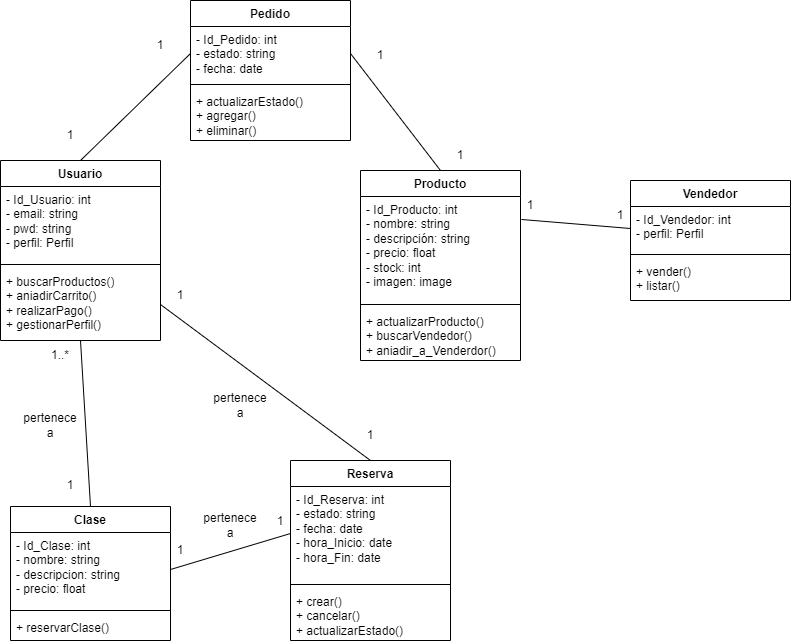
This is Diagrama_clases.png from OscarELCRACK17/imagen, a draw.io export, as it was before one commit. Source tidied: cells renumbered, new cells last; positions are measured from the earlier drawing's top-left corner, leaving out a move shared by most shapes.
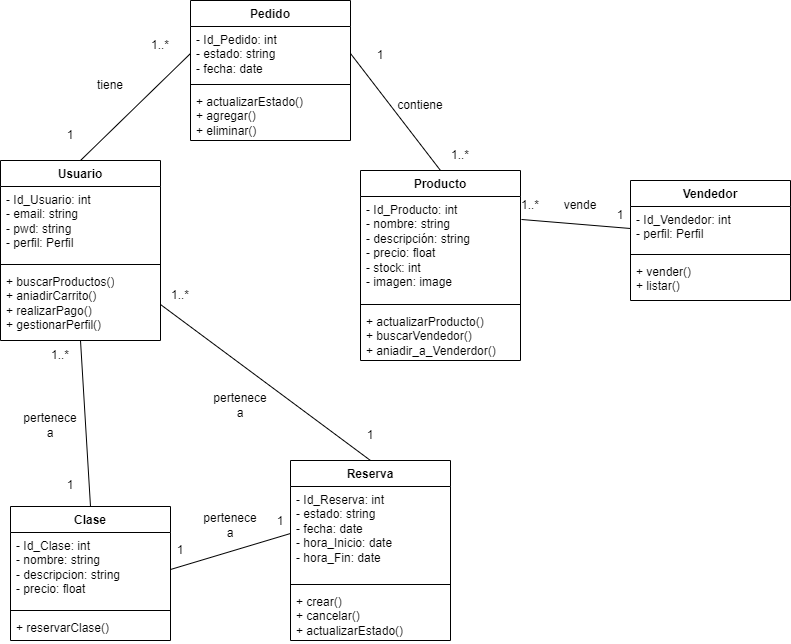
The same diagram one commit later.

Diff of the diagram source:
```diff
@@ -103,16 +103,16 @@
     <mxCell id="34" value="1" style="text;html=1;strokeColor=none;fillColor=none;align=center;verticalAlign=middle;whiteSpace=wrap;rounded=0;" parent="1" vertex="1">
       <mxGeometry x="40" y="120" width="60" height="30" as="geometry" />
     </mxCell>
-    <mxCell id="35" value="1" style="text;html=1;strokeColor=none;fillColor=none;align=center;verticalAlign=middle;whiteSpace=wrap;rounded=0;" parent="1" vertex="1">
+    <mxCell id="35" value="1..*" style="text;html=1;strokeColor=none;fillColor=none;align=center;verticalAlign=middle;whiteSpace=wrap;rounded=0;" parent="1" vertex="1">
       <mxGeometry x="130" y="30" width="60" height="30" as="geometry" />
     </mxCell>
     <mxCell id="36" value="1" style="text;html=1;strokeColor=none;fillColor=none;align=center;verticalAlign=middle;whiteSpace=wrap;rounded=0;" parent="1" vertex="1">
       <mxGeometry x="350" y="40" width="60" height="30" as="geometry" />
     </mxCell>
-    <mxCell id="37" value="1" style="text;html=1;strokeColor=none;fillColor=none;align=center;verticalAlign=middle;whiteSpace=wrap;rounded=0;" parent="1" vertex="1">
+    <mxCell id="37" value="1..*" style="text;html=1;strokeColor=none;fillColor=none;align=center;verticalAlign=middle;whiteSpace=wrap;rounded=0;" parent="1" vertex="1">
       <mxGeometry x="430" y="140" width="60" height="30" as="geometry" />
     </mxCell>
-    <mxCell id="38" value="1" style="text;html=1;strokeColor=none;fillColor=none;align=center;verticalAlign=middle;whiteSpace=wrap;rounded=0;" parent="1" vertex="1">
+    <mxCell id="38" value="1..*" style="text;html=1;strokeColor=none;fillColor=none;align=center;verticalAlign=middle;whiteSpace=wrap;rounded=0;" parent="1" vertex="1">
       <mxGeometry x="500" y="190" width="60" height="30" as="geometry" />
     </mxCell>
     <mxCell id="39" value="1" style="text;html=1;strokeColor=none;fillColor=none;align=center;verticalAlign=middle;whiteSpace=wrap;rounded=0;" parent="1" vertex="1">
@@ -121,7 +121,7 @@
     <mxCell id="40" value="1" style="text;html=1;strokeColor=none;fillColor=none;align=center;verticalAlign=middle;whiteSpace=wrap;rounded=0;" parent="1" vertex="1">
       <mxGeometry x="340" y="420" width="60" height="30" as="geometry" />
     </mxCell>
-    <mxCell id="41" value="1" style="text;html=1;strokeColor=none;fillColor=none;align=center;verticalAlign=middle;whiteSpace=wrap;rounded=0;" parent="1" vertex="1">
+    <mxCell id="41" value="1..*" style="text;html=1;strokeColor=none;fillColor=none;align=center;verticalAlign=middle;whiteSpace=wrap;rounded=0;" parent="1" vertex="1">
       <mxGeometry x="150" y="280" width="60" height="30" as="geometry" />
     </mxCell>
     <mxCell id="42" value="1" style="text;html=1;strokeColor=none;fillColor=none;align=center;verticalAlign=middle;whiteSpace=wrap;rounded=0;" parent="1" vertex="1">
@@ -139,5 +139,14 @@
     <mxCell id="46" value="pertenece a" style="text;html=1;strokeColor=none;fillColor=none;align=center;verticalAlign=middle;whiteSpace=wrap;rounded=0;" parent="1" vertex="1">
       <mxGeometry x="200" y="510" width="60" height="30" as="geometry" />
     </mxCell>
+    <mxCell id="47" value="tiene" style="text;html=1;strokeColor=none;fillColor=none;align=center;verticalAlign=middle;whiteSpace=wrap;rounded=0;" parent="1" vertex="1">
+      <mxGeometry x="80" y="70" width="60" height="30" as="geometry" />
+    </mxCell>
+    <mxCell id="48" value="contiene" style="text;html=1;strokeColor=none;fillColor=none;align=center;verticalAlign=middle;whiteSpace=wrap;rounded=0;" parent="1" vertex="1">
+      <mxGeometry x="390" y="90" width="60" height="30" as="geometry" />
+    </mxCell>
+    <mxCell id="49" value="vende" style="text;html=1;strokeColor=none;fillColor=none;align=center;verticalAlign=middle;whiteSpace=wrap;rounded=0;" parent="1" vertex="1">
+      <mxGeometry x="550" y="190" width="60" height="30" as="geometry" />
+    </mxCell>
   </root>
 </mxGraphModel>
```
